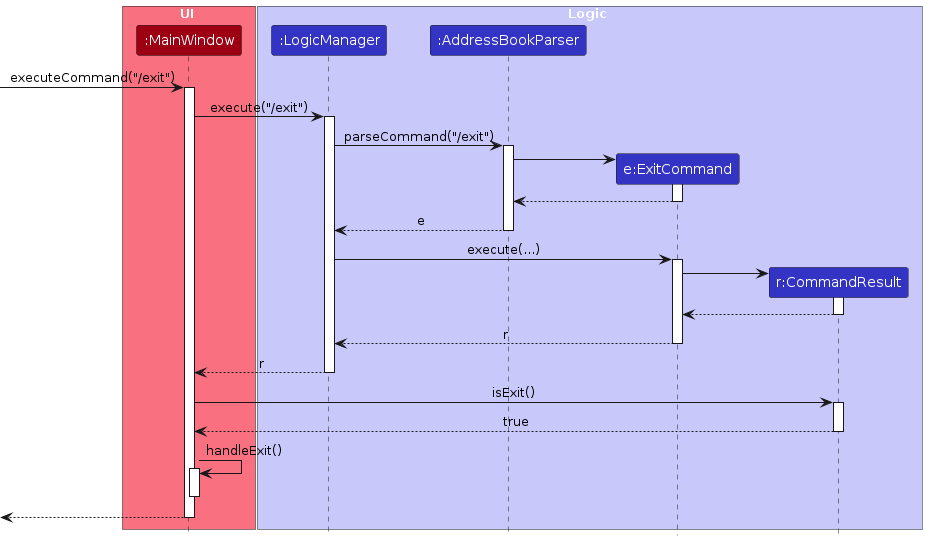
This is diagrams/ExitSequenceDiagram.png from AY2425S1-CS2103T-W09-3/tp, a PlantUML export, as it was before one commit. Its source is kept beside it as diagrams/ExitSequenceDiagram.puml. Source of this version:
```plantuml
@startuml
!include style.puml
skinparam ArrowFontStyle plain

box UI MODEL_COLOR_T1
participant ":MainWindow" as MainWindow MODEL_COLOR
end box

box Logic LOGIC_COLOR_T1
participant ":LogicManager" as LogicManager LOGIC_COLOR
participant ":AddressBookParser" as AddressBookParser LOGIC_COLOR
participant "e:ExitCommand" as ExitCommand LOGIC_COLOR
participant "r:CommandResult" as CommandResult LOGIC_COLOR
end box

[-> MainWindow : executeCommand("/exit")
activate MainWindow

MainWindow-> LogicManager : execute("/exit")
activate LogicManager

LogicManager -> AddressBookParser : parseCommand("/exit")
activate AddressBookParser

create ExitCommand
AddressBookParser -> ExitCommand
activate ExitCommand

ExitCommand --> AddressBookParser :
deactivate ExitCommand

AddressBookParser --> LogicManager : e
deactivate AddressBookParser

LogicManager -> ExitCommand : execute(...)
activate ExitCommand

create CommandResult
ExitCommand -> CommandResult
activate CommandResult

CommandResult --> ExitCommand
deactivate CommandResult

ExitCommand --> LogicManager : r
deactivate ExitCommand

LogicManager --> MainWindow : r
deactivate LogicManager

MainWindow -> CommandResult : isExit()
activate CommandResult

CommandResult --> MainWindow : true
deactivate CommandResult

MainWindow -> MainWindow : handleExit()
activate MainWindow

deactivate MainWindow

[<--MainWindow
deactivate MainWindow

@enduml
```
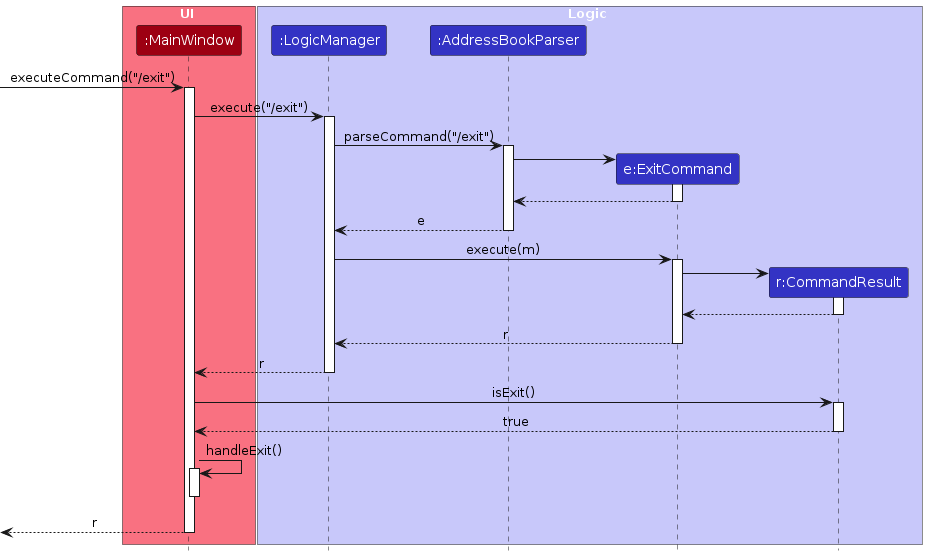
Later version of the same file.

Diff of the diagram source:
```diff
@@ -32,7 +32,7 @@
 AddressBookParser --> LogicManager : e
 deactivate AddressBookParser
 
-LogicManager -> ExitCommand : execute(...)
+LogicManager -> ExitCommand : execute(m)
 activate ExitCommand
 
 create CommandResult
@@ -59,7 +59,6 @@
 
 deactivate MainWindow
 
-[<--MainWindow
+[<--MainWindow : r
 deactivate MainWindow
-
 @enduml
```
